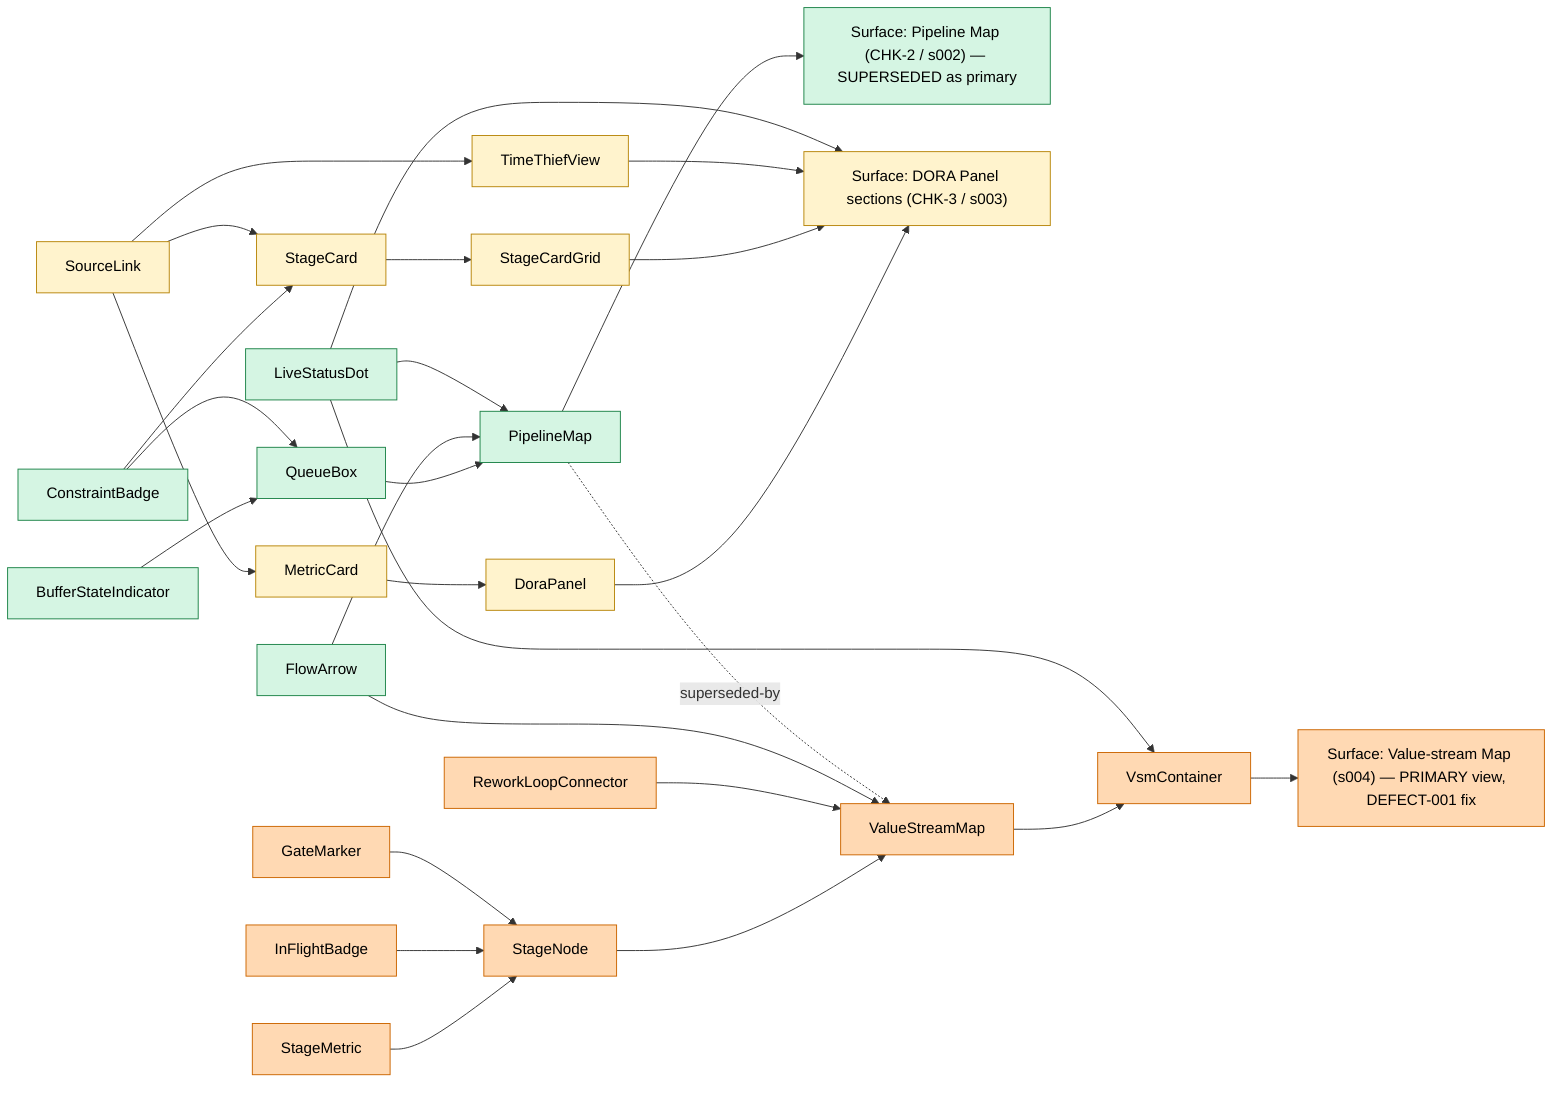
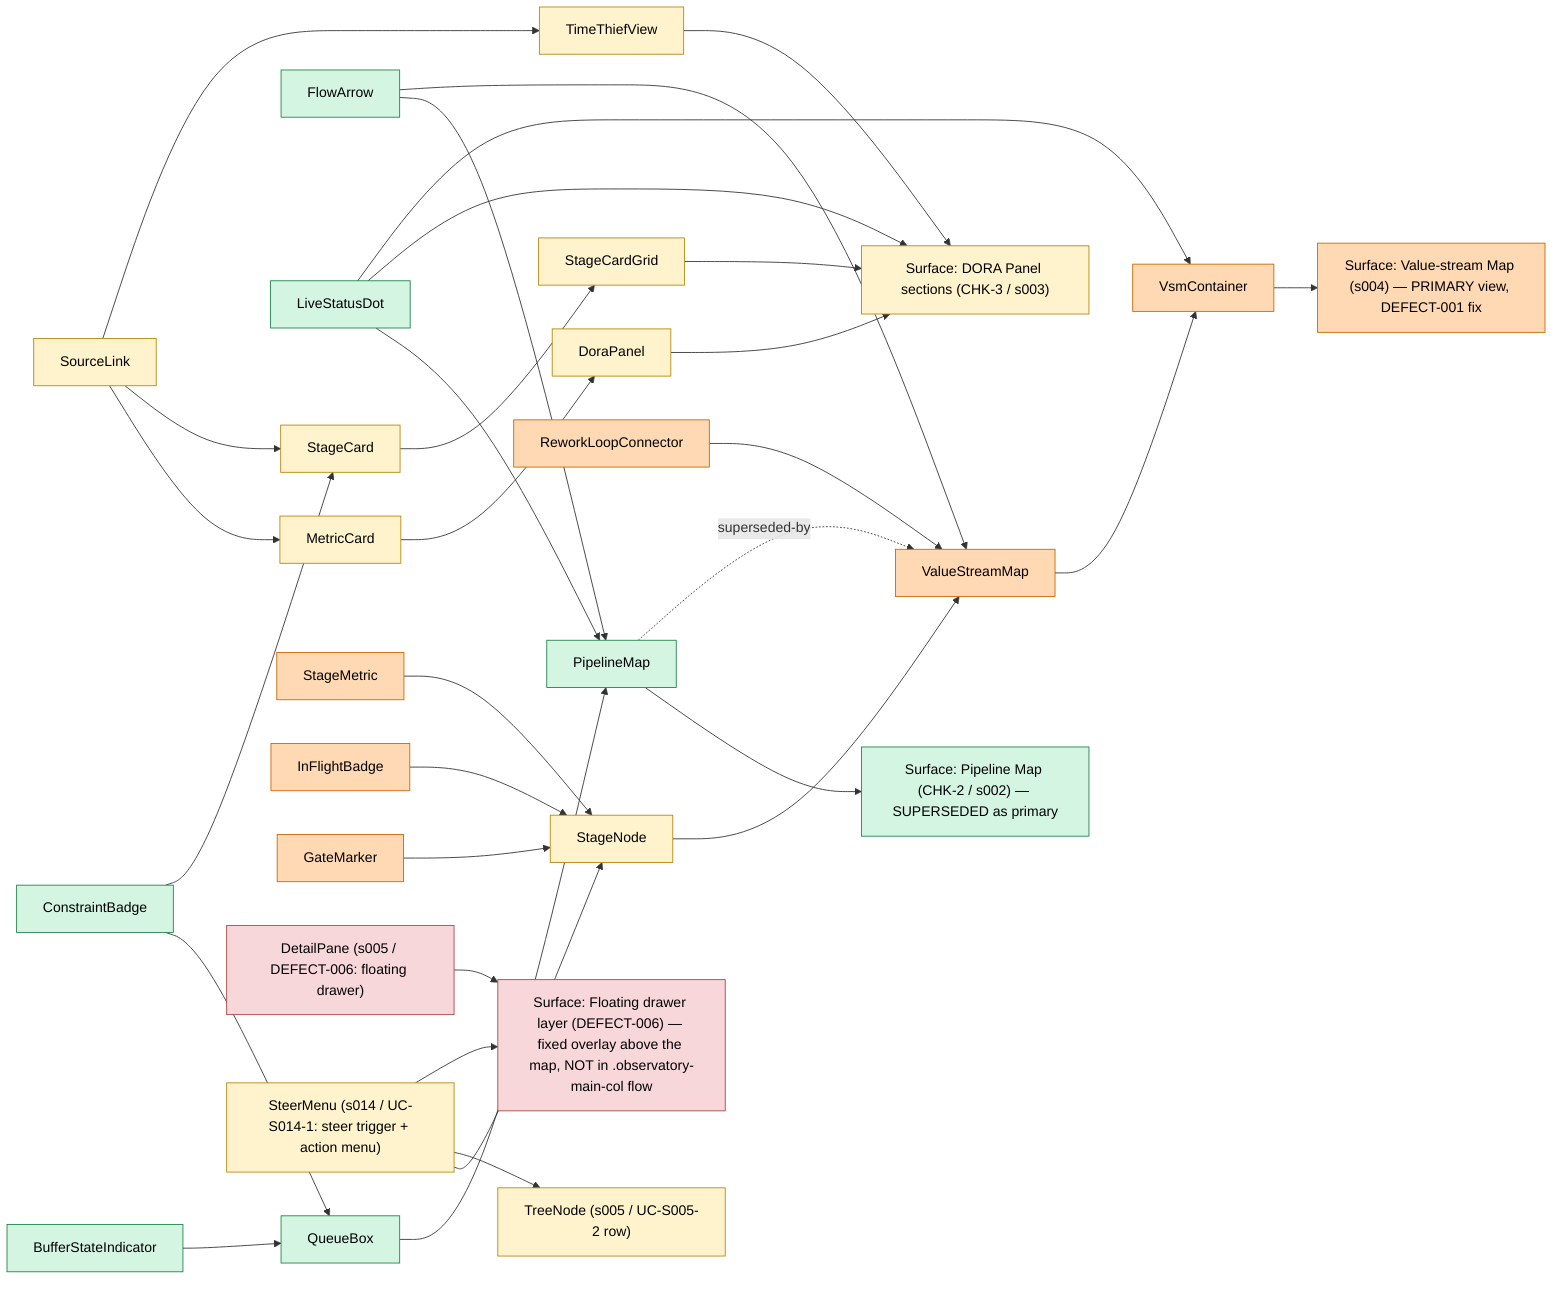
%% Observatory UI change-impact model — design-system components -> surfaces that use them.
%% Owner: ui-designer. Edges = "used by". Nodes/edges added or re-pointed in a commit
%% are marked `class ... changed` in the SAME commit; the tester consumes the marks
%% as the UI test-plan input, then they are cleared at slice delivery.
%% Seeded: s002-pipeline-map (CHK-2) — DELIVERED 2026-06-09T02:22:00Z; all nodes stable.
graph LR
  %% --- surfaces ---
  PipelineMapScreen["Surface: Pipeline Map (CHK-2 / s002) — SUPERSEDED as primary"]
  DoraPanelScreen["Surface: DORA Panel sections (CHK-3 / s003)"]
  ValueStreamScreen["Surface: Value-stream Map (s004) — PRIMARY view, DEFECT-001 fix"]
+   ObservatoryDrawerLayer["Surface: Floating drawer layer (DEFECT-006) — fixed overlay above the map, NOT in .observatory-main-col flow"]

  %% --- design-system components ---
  PipelineMap["PipelineMap"]
  QueueBox["QueueBox"]
  BufferStateIndicator["BufferStateIndicator"]
  ConstraintBadge["ConstraintBadge"]
  FlowArrow["FlowArrow"]
  LiveStatusDot["LiveStatusDot"]
  DoraPanel["DoraPanel"]
  MetricCard["MetricCard"]
  StageCardGrid["StageCardGrid"]
  StageCard["StageCard"]
  TimeThiefView["TimeThiefView"]
  SourceLink["SourceLink"]
  %% s004 value-stream components (DEFECT-001 fix) — mounted as the PRIMARY view
  VsmContainer["VsmContainer"]
  ValueStreamMap["ValueStreamMap"]
  StageNode["StageNode"]
  StageMetric["StageMetric"]
  InFlightBadge["InFlightBadge"]
  GateMarker["GateMarker"]
  ReworkLoopConnector["ReworkLoopConnector"]

  %% --- used-by edges ---
  PipelineMap --> PipelineMapScreen
  QueueBox --> PipelineMap
  BufferStateIndicator --> QueueBox
  ConstraintBadge --> QueueBox
  FlowArrow --> PipelineMap
  LiveStatusDot --> PipelineMap
  %% CHK-3 (s003) used-by edges
  DoraPanel --> DoraPanelScreen
  StageCardGrid --> DoraPanelScreen
  TimeThiefView --> DoraPanelScreen
  MetricCard --> DoraPanel
  StageCard --> StageCardGrid
  ConstraintBadge --> StageCard
  SourceLink --> MetricCard
  SourceLink --> StageCard
  SourceLink --> TimeThiefView
  LiveStatusDot --> DoraPanelScreen
  %% s004 (DEFECT-001) used-by edges — the value-stream map becomes the primary surface.
  %% Runtime routing path: main.jsx mounts VsmContainer (NOT MapContainer) → ValueStreamMap.
  VsmContainer --> ValueStreamScreen
  ValueStreamMap --> VsmContainer
  StageNode --> ValueStreamMap
  StageMetric --> StageNode
  InFlightBadge --> StageNode
  GateMarker --> StageNode
  ReworkLoopConnector --> ValueStreamMap
  FlowArrow --> ValueStreamMap
  LiveStatusDot --> VsmContainer
  %% supersession: PipelineMap is no longer mounted as the primary view (still in tree, tested).
  PipelineMap -. superseded-by .-> ValueStreamMap

+   %% DEFECT-006: DetailPane RE-POINTED — was an in-flow sibling of ValueStreamMap inside
+   %% .observatory-main-col (reflowed the map); now a position:fixed floating drawer on its
+   %% own overlay layer. The re-point is the regression-guard input for the tester (GEO-S005-3b).
+   DetailPane["DetailPane (s005 / DEFECT-006: floating drawer)"]
+   DetailPane --> ObservatoryDrawerLayer
+ 
+   %% s014 / UC-S014-1: SteerMenu (NEW) — per-item steer trigger + body-portalled
+   %% role=menu popover (4 action types). Composed READ-ONLY into the queue chips
+   %% (StageNode) and the tree rows (TreeNode); onSteer(itemId, actionType) prop
+   %% slot threads VsmContainer→ValueStreamMap→StageNode and WorkItemTree→TreeNode
+   %% (no host logic change). The popover renders on the fixed-overlay layer
+   %% (DEFECT-006 discipline) — zero flow height, own stacking context.
+   %% NOTE for tester: trigger carries data-steer-item-id (NOT data-item-id — that
+   %% stays the treeitem's unique selector); MetricSource reveal panels are now
+   %% pointer-events:none so they cannot intercept clicks on the chips' triggers.
+   TreeNode["TreeNode (s005 / UC-S005-2 row)"]
+   SteerMenu["SteerMenu (s014 / UC-S014-1: steer trigger + action menu)"]
+   SteerMenu --> StageNode
+   SteerMenu --> TreeNode
+   SteerMenu --> ObservatoryDrawerLayer
+ 
  classDef delivered fill:#d5f5e3,stroke:#1e8449,color:#000;
  class PipelineMapScreen,PipelineMap,QueueBox,BufferStateIndicator,ConstraintBadge,FlowArrow,LiveStatusDot delivered;
  %% CHK-3 nodes added this slice — tester UI test-plan input; cleared at s003 delivery.
  classDef changed fill:#fff3cd,stroke:#b8860b,color:#000;
  class DoraPanelScreen,DoraPanel,MetricCard,StageCardGrid,StageCard,TimeThiefView,SourceLink changed;
  %% s004 nodes added/re-pointed THIS commit (DEFECT-001) — tester UI test-plan input; cleared at s004 delivery.
  classDef s004changed fill:#ffd9b3,stroke:#cc6600,color:#000;
  class ValueStreamScreen,VsmContainer,ValueStreamMap,StageNode,StageMetric,InFlightBadge,GateMarker,ReworkLoopConnector s004changed;
+   %% DEFECT-006 re-point THIS commit — tester UI test-plan input (map-bbox-unchanged regression
+   %% guard, AC-S005-3-7 / GEO-S005-3b); cleared when the engineer's fix is delivered.
+   classDef defect006changed fill:#f8d7da,stroke:#a94442,color:#000;
+   class DetailPane,ObservatoryDrawerLayer defect006changed;
+   %% s014 / UC-S014-1 nodes+edges added THIS commit — tester UI test-plan input
+   %% (steer menu on chips/rows; hosts StageNode+TreeNode re-touched read-only;
+   %% MetricSource pointer-events change is in the same blast radius); cleared at
+   %% s014 delivery after the tester consumes.
+   classDef s014changed fill:#fff3cd,stroke:#b8860b,color:#000;
+   class SteerMenu,TreeNode,StageNode s014changed;
